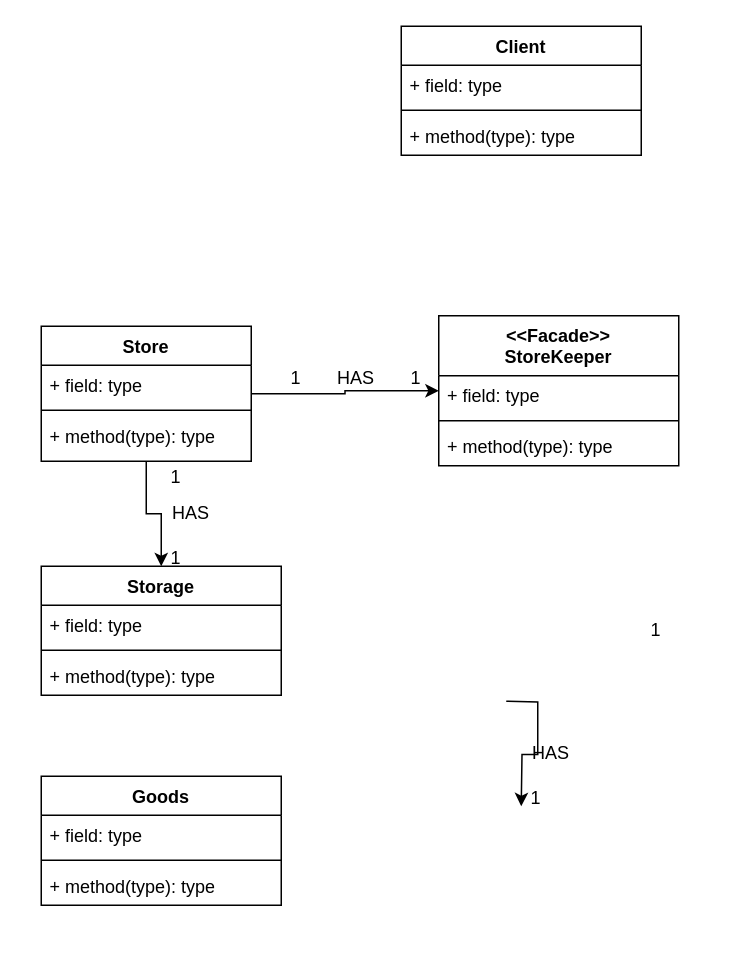
Before: A4.drawio in critschris/COMP-354, a draw.io diagram. Source tidied: cells renumbered, new cells numbered last; positions are measured from the earlier drawing's top-left corner, leaving out a move shared by most shapes. Both pictures are drawn from the tidied source at 150%, with x=0, y=0 at pixel (40, 26).
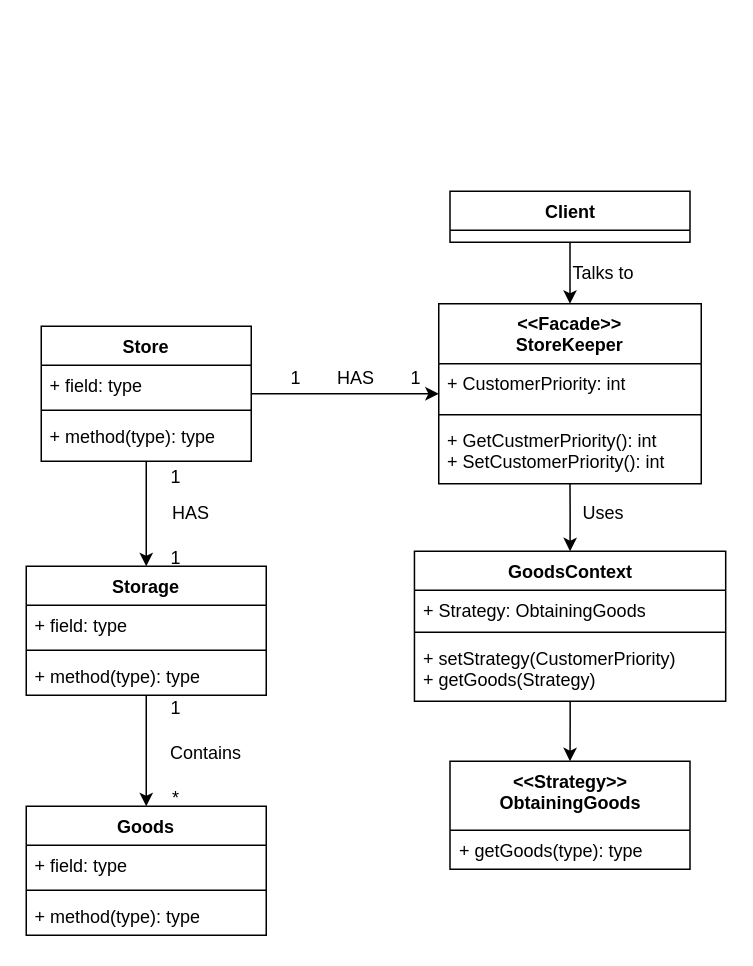
The same diagram, later.

What changed in the source:
```diff
@@
     <mxCell id="2" value="&lt;div&gt;&amp;lt;&amp;lt;Facade&amp;gt;&amp;gt;&lt;/div&gt;StoreKeeper" style="swimlane;fontStyle=1;align=center;verticalAlign=top;horizontal=1;startSize=40;whiteSpace=wrap;html=1;" parent="1" vertex="1">
-      <mxGeometry x="265" y="193" width="160" height="100" as="geometry" />
+      <mxGeometry x="265" y="185" width="175" height="120" as="geometry" />
     </mxCell>
-    <mxCell id="3" value="+ field: type" style="text;strokeColor=none;fillColor=none;align=left;verticalAlign=top;spacingLeft=4;spacingRight=4;overflow=hidden;whiteSpace=wrap;html=1;" parent="2" vertex="1">
-      <mxGeometry y="40" width="160" height="26" as="geometry" />
+    <mxCell id="3" value="+ CustomerPriority: int" style="text;strokeColor=none;fillColor=none;align=left;verticalAlign=top;spacingLeft=4;spacingRight=4;overflow=hidden;whiteSpace=wrap;html=1;" parent="2" vertex="1">
+      <mxGeometry y="40" width="175" height="30" as="geometry" />
     </mxCell>
     <mxCell id="4" style="line;strokeWidth=1;fillColor=none;align=left;verticalAlign=middle;spacingTop=-1;spacingLeft=3;spacingRight=3;labelPosition=right;strokeColor=inherit;" parent="2" vertex="1">
-      <mxGeometry y="66" width="160" height="8" as="geometry" />
+      <mxGeometry y="70" width="175" height="8" as="geometry" />
     </mxCell>
-    <mxCell id="5" value="+ method(type): type" style="text;strokeColor=none;fillColor=none;align=left;verticalAlign=top;spacingLeft=4;spacingRight=4;overflow=hidden;whiteSpace=wrap;html=1;" parent="2" vertex="1">
-      <mxGeometry y="74" width="160" height="26" as="geometry" />
+    <mxCell id="5" value="+ GetCustmerPriority(): int&lt;div&gt;+ SetCustomerPriority(): int&lt;/div&gt;" style="text;strokeColor=none;fillColor=none;align=left;verticalAlign=top;spacingLeft=4;spacingRight=4;overflow=hidden;whiteSpace=wrap;html=1;" parent="2" vertex="1">
+      <mxGeometry y="78" width="175" height="42" as="geometry" />
     </mxCell>
+    <mxCell id="35" style="edgeStyle=orthogonalEdgeStyle;rounded=0;jettySize=auto;html=1;entryX=0.5;entryY=0;entryDx=0;entryDy=0;" parent="1" edge="1" source="6" target="2">
+      <mxGeometry relative="1" as="geometry" />
+    </mxCell>
     <mxCell id="6" value="Client" style="swimlane;fontStyle=1;align=center;verticalAlign=top;horizontal=1;startSize=26;whiteSpace=wrap;html=1;" parent="1" vertex="1">
-      <mxGeometry x="240" width="160" height="86" as="geometry" />
+      <mxGeometry x="272.5" y="110" width="160" height="34" as="geometry" />
     </mxCell>
-    <mxCell id="7" value="+ field: type" style="text;strokeColor=none;fillColor=none;align=left;verticalAlign=top;spacingLeft=4;spacingRight=4;overflow=hidden;whiteSpace=wrap;html=1;" parent="6" vertex="1">
-      <mxGeometry y="26" width="160" height="26" as="geometry" />
-    </mxCell>
-    <mxCell id="8" style="line;strokeWidth=1;fillColor=none;align=left;verticalAlign=middle;spacingTop=-1;spacingLeft=3;spacingRight=3;labelPosition=right;strokeColor=inherit;" parent="6" vertex="1">
-      <mxGeometry y="52" width="160" height="8" as="geometry" />
-    </mxCell>
-    <mxCell id="9" value="+ method(type): type" style="text;strokeColor=none;fillColor=none;align=left;verticalAlign=top;spacingLeft=4;spacingRight=4;overflow=hidden;whiteSpace=wrap;html=1;" parent="6" vertex="1">
-      <mxGeometry y="60" width="160" height="26" as="geometry" />
-    </mxCell>
@@
+    <mxCell id="36" style="edgeStyle=orthogonalEdgeStyle;rounded=0;jettySize=auto;html=1;entryX=0.5;entryY=0;entryDx=0;entryDy=0;" parent="1" edge="1" source="16" target="27">
+      <mxGeometry relative="1" as="geometry" />
+    </mxCell>
     <mxCell id="16" value="Storage" style="swimlane;fontStyle=1;align=center;verticalAlign=top;horizontal=1;startSize=26;whiteSpace=wrap;html=1;" parent="1" vertex="1">
-      <mxGeometry y="360" width="160" height="86" as="geometry" />
+      <mxGeometry x="-10" y="360" width="160" height="86" as="geometry" />
     </mxCell>
@@
     <mxCell id="27" value="Goods" style="swimlane;fontStyle=1;align=center;verticalAlign=top;horizontal=1;startSize=26;whiteSpace=wrap;html=1;" parent="1" vertex="1">
-      <mxGeometry y="500" width="160" height="86" as="geometry" />
+      <mxGeometry x="-10" y="520" width="160" height="86" as="geometry" />
     </mxCell>
@@
-    <mxCell id="31" style="edgeStyle=orthogonalEdgeStyle;rounded=0;orthogonalLoop=1;jettySize=auto;html=1;entryX=0.5;entryY=0;entryDx=0;entryDy=0;" parent="1" edge="1">
-      <mxGeometry relative="1" as="geometry">
-        <mxPoint x="310" y="450" as="sourcePoint" />
-        <mxPoint x="320" y="520" as="targetPoint" />
-      </mxGeometry>
-    </mxCell>
-    <mxCell id="32" value="1" style="text;html=1;align=center;verticalAlign=middle;whiteSpace=wrap;rounded=0;" parent="1" vertex="1">
-      <mxGeometry x="380" y="388" width="60" height="30" as="geometry" />
-    </mxCell>
     <mxCell id="33" value="1" style="text;html=1;align=center;verticalAlign=middle;whiteSpace=wrap;rounded=0;" parent="1" vertex="1">
-      <mxGeometry x="300" y="500" width="60" height="30" as="geometry" />
+      <mxGeometry x="60" y="440" width="60" height="30" as="geometry" />
     </mxCell>
-    <mxCell id="34" value="HAS" style="text;html=1;align=center;verticalAlign=middle;whiteSpace=wrap;rounded=0;" parent="1" vertex="1">
-      <mxGeometry x="310" y="470" width="60" height="30" as="geometry" />
+    <mxCell id="34" value="Contains" style="text;html=1;align=center;verticalAlign=middle;whiteSpace=wrap;rounded=0;" parent="1" vertex="1">
+      <mxGeometry x="80" y="470" width="60" height="30" as="geometry" />
     </mxCell>
+    <mxCell id="37" value="*" style="text;html=1;align=center;verticalAlign=middle;whiteSpace=wrap;rounded=0;" parent="1" vertex="1">
+      <mxGeometry x="60" y="500" width="60" height="30" as="geometry" />
+    </mxCell>
+    <mxCell id="38" value="Talks to" style="text;html=1;align=center;verticalAlign=middle;whiteSpace=wrap;rounded=0;" parent="1" vertex="1">
+      <mxGeometry x="345" y="150" width="60" height="30" as="geometry" />
+    </mxCell>
+    <mxCell id="39" value="&lt;div&gt;&amp;lt;&amp;lt;Strategy&amp;gt;&amp;gt;&lt;/div&gt;ObtainingGoods" style="swimlane;fontStyle=1;align=center;verticalAlign=top;horizontal=1;startSize=46;whiteSpace=wrap;html=1;" parent="1" vertex="1">
+      <mxGeometry x="272.5" y="490" width="160" height="72" as="geometry" />
+    </mxCell>
+    <mxCell id="40" value="+ getGoods(type): type" style="text;strokeColor=none;fillColor=none;align=left;verticalAlign=top;spacingLeft=4;spacingRight=4;overflow=hidden;whiteSpace=wrap;html=1;" parent="39" vertex="1">
+      <mxGeometry y="46" width="160" height="26" as="geometry" />
+    </mxCell>
+    <mxCell id="41" style="edgeStyle=orthogonalEdgeStyle;rounded=0;jettySize=auto;html=1;endArrow=none;startFill=1;startArrow=classic;entryX=0.5;entryY=1;entryDx=0;entryDy=0;exitX=0.5;exitY=0;exitDx=0;exitDy=0;" parent="1" edge="1" source="43" target="2">
+      <mxGeometry relative="1" as="geometry" />
+    </mxCell>
+    <mxCell id="42" style="edgeStyle=orthogonalEdgeStyle;rounded=0;jettySize=auto;html=1;entryX=0.5;entryY=0;entryDx=0;entryDy=0;" parent="1" edge="1" source="43" target="39">
+      <mxGeometry relative="1" as="geometry" />
+    </mxCell>
+    <mxCell id="43" value="GoodsContext" style="swimlane;fontStyle=1;align=center;verticalAlign=top;horizontal=1;startSize=26;whiteSpace=wrap;html=1;" parent="1" vertex="1">
+      <mxGeometry x="248.8" y="350" width="207.5" height="100" as="geometry" />
+    </mxCell>
+    <mxCell id="44" value="&lt;div&gt;+ Strategy: ObtainingGoods&lt;/div&gt;" style="text;strokeColor=none;fillColor=none;align=left;verticalAlign=top;spacingLeft=4;spacingRight=4;overflow=hidden;whiteSpace=wrap;html=1;" parent="43" vertex="1">
+      <mxGeometry y="26" width="207.5" height="24" as="geometry" />
+    </mxCell>
+    <mxCell id="45" style="line;strokeWidth=1;fillColor=none;align=left;verticalAlign=middle;spacingTop=-1;spacingLeft=3;spacingRight=3;labelPosition=right;strokeColor=inherit;" parent="43" vertex="1">
+      <mxGeometry y="50" width="207.5" height="8" as="geometry" />
+    </mxCell>
+    <mxCell id="46" value="+ setStrategy(CustomerPriority)&lt;div&gt;+ getGoods(Strategy)&lt;/div&gt;" style="text;strokeColor=none;fillColor=none;align=left;verticalAlign=top;spacingLeft=4;spacingRight=4;overflow=hidden;whiteSpace=wrap;html=1;" parent="43" vertex="1">
+      <mxGeometry y="58" width="207.5" height="42" as="geometry" />
+    </mxCell>
+    <mxCell id="47" value="Uses" style="text;html=1;align=center;verticalAlign=middle;whiteSpace=wrap;rounded=0;" parent="1" vertex="1">
+      <mxGeometry x="345" y="310" width="60" height="30" as="geometry" />
+    </mxCell>
```
